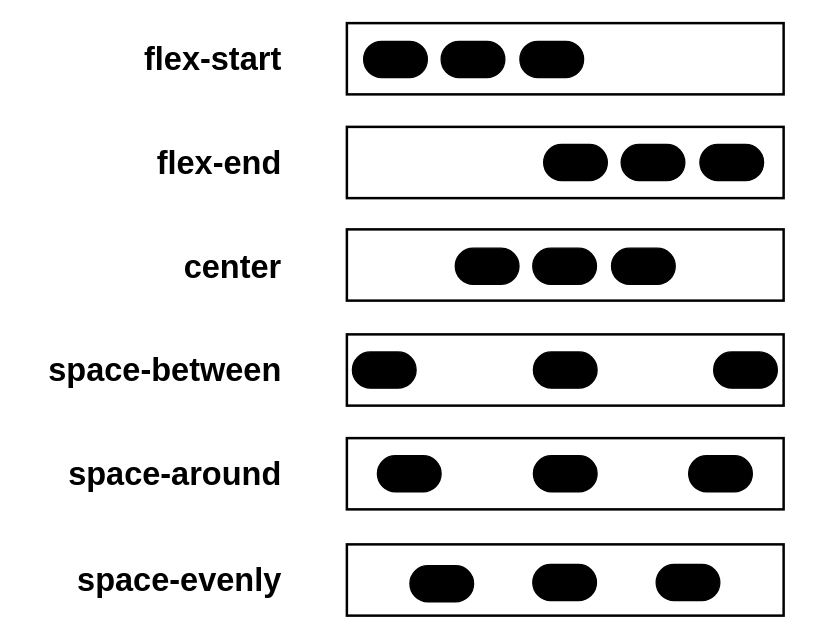
This is img/css_8.drawio from mikaelag559/frontEnd, a draw.io file, before an edit. Source tidied: cells renumbered, new cells numbered last; positions are measured from the earlier drawing's top-left corner, leaving out a move shared by most shapes. Both pictures are drawn from the tidied source at 125%, with x=0, y=0 at pixel (21, 22).
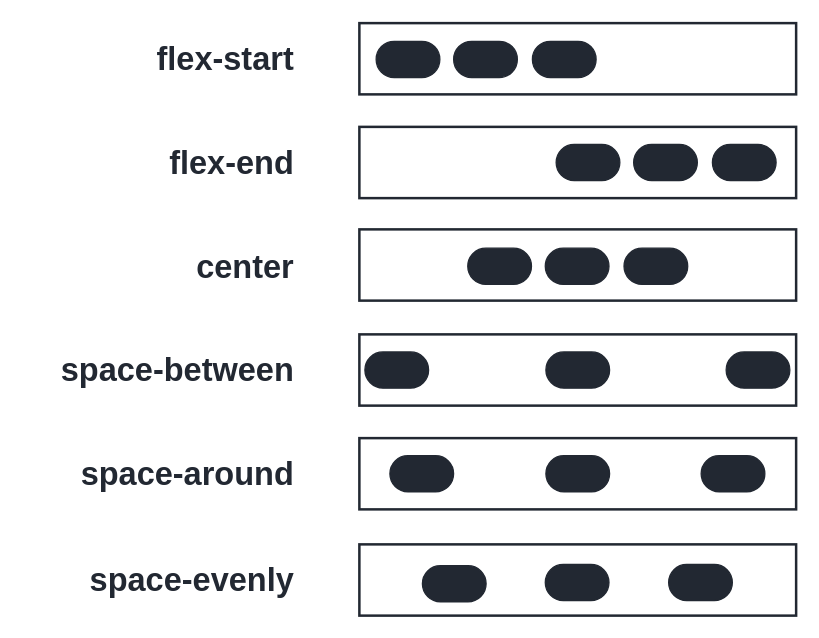
After the change.

What changed in the source:
```diff
@@
-    <mxCell id="2" style="group;" parent="1" vertex="1">
-      <mxGeometry width="609.4" height="474" as="geometry" />
-    </mxCell>
-    <mxCell id="3" value="flex-start" style="text;html=1;align=right;verticalAlign=middle;whiteSpace=wrap;rounded=0;fillColor=none;fontColor=light-dark(#000000,#FFFFFF);strokeColor=none;fontSize=26;fontStyle=1;" parent="2" vertex="1">
-      <mxGeometry x="70" y="13.5" width="140" height="30" as="geometry" />
+    <mxCell id="3" value="flex-start" style="text;html=1;align=right;verticalAlign=middle;whiteSpace=wrap;rounded=0;fillColor=none;fontColor=light-dark(#222832,#FFFFFF);strokeColor=none;fontSize=26;fontStyle=1;" parent="1" vertex="1">
+      <mxGeometry x="80" y="13.5" width="140" height="30" as="geometry" />
     </mxCell>
-    <mxCell id="4" style="rounded=0;whiteSpace=wrap;html=1;fillColor=none;strokeColor=light-dark(#000000,#FFFFFF);strokeWidth=2;" parent="2" vertex="1">
-      <mxGeometry x="260" width="349.4" height="57" as="geometry" />
+    <mxCell id="4" style="rounded=0;whiteSpace=wrap;html=1;fillColor=none;strokeColor=light-dark(#222832,#FFFFFF);strokeWidth=2;fontColor=light-dark(#222832,#FFFFFF);" parent="1" vertex="1">
+      <mxGeometry x="270" width="349.4" height="57" as="geometry" />
     </mxCell>
-    <mxCell id="5" style="rounded=0;whiteSpace=wrap;html=1;fillColor=none;strokeColor=light-dark(#000000,#FFFFFF);strokeWidth=2;" parent="2" vertex="1">
-      <mxGeometry x="260" y="83" width="349.4" height="57" as="geometry" />
+    <mxCell id="5" style="rounded=0;whiteSpace=wrap;html=1;fillColor=none;strokeColor=light-dark(#222832,#FFFFFF);strokeWidth=2;fontColor=light-dark(#222832,#FFFFFF);" parent="1" vertex="1">
+      <mxGeometry x="270" y="83" width="349.4" height="57" as="geometry" />
     </mxCell>
-    <mxCell id="6" style="rounded=0;whiteSpace=wrap;html=1;fillColor=none;strokeColor=light-dark(#000000,#FFFFFF);strokeWidth=2;" parent="2" vertex="1">
-      <mxGeometry x="260" y="165" width="349.4" height="57" as="geometry" />
+    <mxCell id="6" style="rounded=0;whiteSpace=wrap;html=1;fillColor=none;strokeColor=light-dark(#222832,#FFFFFF);strokeWidth=2;fontColor=light-dark(#222832,#FFFFFF);" parent="1" vertex="1">
+      <mxGeometry x="270" y="165" width="349.4" height="57" as="geometry" />
     </mxCell>
-    <mxCell id="7" style="rounded=0;whiteSpace=wrap;html=1;fillColor=none;strokeColor=light-dark(#000000,#FFFFFF);strokeWidth=2;" parent="2" vertex="1">
-      <mxGeometry x="260" y="249" width="349.4" height="57" as="geometry" />
+    <mxCell id="7" style="rounded=0;whiteSpace=wrap;html=1;fillColor=none;strokeColor=light-dark(#222832,#FFFFFF);strokeWidth=2;fontColor=light-dark(#222832,#FFFFFF);" parent="1" vertex="1">
+      <mxGeometry x="270" y="249" width="349.4" height="57" as="geometry" />
     </mxCell>
-    <mxCell id="8" style="rounded=0;whiteSpace=wrap;html=1;fillColor=none;strokeColor=light-dark(#000000,#FFFFFF);strokeWidth=2;" parent="2" vertex="1">
-      <mxGeometry x="260" y="332" width="349.4" height="57" as="geometry" />
+    <mxCell id="8" style="rounded=0;whiteSpace=wrap;html=1;fillColor=none;strokeColor=light-dark(#222832,#FFFFFF);strokeWidth=2;fontColor=light-dark(#222832,#FFFFFF);" parent="1" vertex="1">
+      <mxGeometry x="270" y="332" width="349.4" height="57" as="geometry" />
     </mxCell>
-    <mxCell id="9" style="rounded=0;whiteSpace=wrap;html=1;fillColor=none;strokeColor=light-dark(#000000,#FFFFFF);strokeWidth=2;" parent="2" vertex="1">
-      <mxGeometry x="260" y="417" width="349.4" height="57" as="geometry" />
+    <mxCell id="9" style="rounded=0;whiteSpace=wrap;html=1;fillColor=none;strokeColor=light-dark(#222832,#FFFFFF);strokeWidth=2;fontColor=light-dark(#222832,#FFFFFF);" parent="1" vertex="1">
+      <mxGeometry x="270" y="417" width="349.4" height="57" as="geometry" />
     </mxCell>
-    <mxCell id="10" style="rounded=1;whiteSpace=wrap;html=1;perimeterSpacing=10;arcSize=50;strokeColor=light-dark(#000000,#FFFFFF);fillColor=light-dark(#000000,#FFFFFF);" parent="2" vertex="1">
-      <mxGeometry x="398.4" y="14.5" width="51" height="29" as="geometry" />
+    <mxCell id="10" style="rounded=1;whiteSpace=wrap;html=1;perimeterSpacing=10;arcSize=50;strokeColor=light-dark(#222832,#FFFFFF);fillColor=light-dark(#222832,#FFFFFF);fontColor=light-dark(#222832,#FFFFFF);" parent="1" vertex="1">
+      <mxGeometry x="408.4" y="14.5" width="51" height="29" as="geometry" />
     </mxCell>
-    <mxCell id="11" style="rounded=1;whiteSpace=wrap;html=1;perimeterSpacing=10;arcSize=50;strokeColor=light-dark(#000000,#FFFFFF);fillColor=light-dark(#000000,#FFFFFF);" parent="2" vertex="1">
-      <mxGeometry x="335.4" y="14.5" width="51" height="29" as="geometry" />
+    <mxCell id="11" style="rounded=1;whiteSpace=wrap;html=1;perimeterSpacing=10;arcSize=50;strokeColor=light-dark(#222832,#FFFFFF);fillColor=light-dark(#222832,#FFFFFF);fontColor=light-dark(#222832,#FFFFFF);" parent="1" vertex="1">
+      <mxGeometry x="345.4" y="14.5" width="51" height="29" as="geometry" />
     </mxCell>
-    <mxCell id="12" style="rounded=1;whiteSpace=wrap;html=1;perimeterSpacing=10;arcSize=50;strokeColor=light-dark(#000000,#FFFFFF);fillColor=light-dark(#000000,#FFFFFF);" parent="2" vertex="1">
-      <mxGeometry x="273.4" y="14.5" width="51" height="29" as="geometry" />
+    <mxCell id="12" style="rounded=1;whiteSpace=wrap;html=1;perimeterSpacing=10;arcSize=50;strokeColor=light-dark(#222832,#FFFFFF);fillColor=light-dark(#222832,#FFFFFF);fontColor=light-dark(#222832,#FFFFFF);" parent="1" vertex="1">
+      <mxGeometry x="283.4" y="14.5" width="51" height="29" as="geometry" />
     </mxCell>
-    <mxCell id="13" style="rounded=1;whiteSpace=wrap;html=1;perimeterSpacing=10;arcSize=50;strokeColor=light-dark(#000000,#FFFFFF);fillColor=light-dark(#000000,#FFFFFF);" parent="2" vertex="1">
-      <mxGeometry x="542.4" y="97" width="51" height="29" as="geometry" />
+    <mxCell id="13" style="rounded=1;whiteSpace=wrap;html=1;perimeterSpacing=10;arcSize=50;strokeColor=light-dark(#222832,#FFFFFF);fillColor=light-dark(#222832,#FFFFFF);fontColor=light-dark(#222832,#FFFFFF);" parent="1" vertex="1">
+      <mxGeometry x="552.4" y="97" width="51" height="29" as="geometry" />
     </mxCell>
-    <mxCell id="14" style="rounded=1;whiteSpace=wrap;html=1;perimeterSpacing=10;arcSize=50;strokeColor=light-dark(#000000,#FFFFFF);fillColor=light-dark(#000000,#FFFFFF);" parent="2" vertex="1">
-      <mxGeometry x="479.4" y="97" width="51" height="29" as="geometry" />
+    <mxCell id="14" style="rounded=1;whiteSpace=wrap;html=1;perimeterSpacing=10;arcSize=50;strokeColor=light-dark(#222832,#FFFFFF);fillColor=light-dark(#222832,#FFFFFF);fontColor=light-dark(#222832,#FFFFFF);" parent="1" vertex="1">
+      <mxGeometry x="489.4" y="97" width="51" height="29" as="geometry" />
     </mxCell>
-    <mxCell id="15" style="rounded=1;whiteSpace=wrap;html=1;perimeterSpacing=10;arcSize=50;strokeColor=light-dark(#000000,#FFFFFF);fillColor=light-dark(#000000,#FFFFFF);" parent="2" vertex="1">
-      <mxGeometry x="417.4" y="97" width="51" height="29" as="geometry" />
+    <mxCell id="15" style="rounded=1;whiteSpace=wrap;html=1;perimeterSpacing=10;arcSize=50;strokeColor=light-dark(#222832,#FFFFFF);fillColor=light-dark(#222832,#FFFFFF);fontColor=light-dark(#222832,#FFFFFF);" parent="1" vertex="1">
+      <mxGeometry x="427.4" y="97" width="51" height="29" as="geometry" />
     </mxCell>
-    <mxCell id="16" style="rounded=1;whiteSpace=wrap;html=1;perimeterSpacing=10;arcSize=50;strokeColor=light-dark(#000000,#FFFFFF);fillColor=light-dark(#000000,#FFFFFF);" parent="2" vertex="1">
-      <mxGeometry x="471.7" y="180" width="51" height="29" as="geometry" />
+    <mxCell id="16" style="rounded=1;whiteSpace=wrap;html=1;perimeterSpacing=10;arcSize=50;strokeColor=light-dark(#222832,#FFFFFF);fillColor=light-dark(#222832,#FFFFFF);fontColor=light-dark(#222832,#FFFFFF);" parent="1" vertex="1">
+      <mxGeometry x="481.7" y="180" width="51" height="29" as="geometry" />
     </mxCell>
-    <mxCell id="17" style="rounded=1;whiteSpace=wrap;html=1;perimeterSpacing=10;arcSize=50;strokeColor=light-dark(#000000,#FFFFFF);fillColor=light-dark(#000000,#FFFFFF);" parent="2" vertex="1">
-      <mxGeometry x="408.7" y="180" width="51" height="29" as="geometry" />
+    <mxCell id="17" style="rounded=1;whiteSpace=wrap;html=1;perimeterSpacing=10;arcSize=50;strokeColor=light-dark(#222832,#FFFFFF);fillColor=light-dark(#222832,#FFFFFF);fontColor=light-dark(#222832,#FFFFFF);" parent="1" vertex="1">
+      <mxGeometry x="418.7" y="180" width="51" height="29" as="geometry" />
     </mxCell>
-    <mxCell id="18" style="rounded=1;whiteSpace=wrap;html=1;perimeterSpacing=10;arcSize=50;strokeColor=light-dark(#000000,#FFFFFF);fillColor=light-dark(#000000,#FFFFFF);" parent="2" vertex="1">
-      <mxGeometry x="346.7" y="180" width="51" height="29" as="geometry" />
+    <mxCell id="18" style="rounded=1;whiteSpace=wrap;html=1;perimeterSpacing=10;arcSize=50;strokeColor=light-dark(#222832,#FFFFFF);fillColor=light-dark(#222832,#FFFFFF);fontColor=light-dark(#222832,#FFFFFF);" parent="1" vertex="1">
+      <mxGeometry x="356.7" y="180" width="51" height="29" as="geometry" />
     </mxCell>
-    <mxCell id="19" style="rounded=1;whiteSpace=wrap;html=1;perimeterSpacing=10;arcSize=50;strokeColor=light-dark(#000000,#FFFFFF);fillColor=light-dark(#000000,#FFFFFF);" parent="2" vertex="1">
-      <mxGeometry x="553.4" y="263" width="51" height="29" as="geometry" />
+    <mxCell id="19" style="rounded=1;whiteSpace=wrap;html=1;perimeterSpacing=10;arcSize=50;strokeColor=light-dark(#222832,#FFFFFF);fillColor=light-dark(#222832,#FFFFFF);fontColor=light-dark(#222832,#FFFFFF);" parent="1" vertex="1">
+      <mxGeometry x="563.4" y="263" width="51" height="29" as="geometry" />
     </mxCell>
-    <mxCell id="20" style="rounded=1;whiteSpace=wrap;html=1;perimeterSpacing=10;arcSize=50;strokeColor=light-dark(#000000,#FFFFFF);fillColor=light-dark(#000000,#FFFFFF);" parent="2" vertex="1">
-      <mxGeometry x="409.2" y="263" width="51" height="29" as="geometry" />
+    <mxCell id="20" style="rounded=1;whiteSpace=wrap;html=1;perimeterSpacing=10;arcSize=50;strokeColor=light-dark(#222832,#FFFFFF);fillColor=light-dark(#222832,#FFFFFF);fontColor=light-dark(#222832,#FFFFFF);" parent="1" vertex="1">
+      <mxGeometry x="419.2" y="263" width="51" height="29" as="geometry" />
     </mxCell>
-    <mxCell id="21" style="rounded=1;whiteSpace=wrap;html=1;perimeterSpacing=10;arcSize=50;strokeColor=light-dark(#000000,#FFFFFF);fillColor=light-dark(#000000,#FFFFFF);" parent="2" vertex="1">
-      <mxGeometry x="409.2" y="346" width="51" height="29" as="geometry" />
+    <mxCell id="21" style="rounded=1;whiteSpace=wrap;html=1;perimeterSpacing=10;arcSize=50;strokeColor=light-dark(#222832,#FFFFFF);fillColor=light-dark(#222832,#FFFFFF);fontColor=light-dark(#222832,#FFFFFF);" parent="1" vertex="1">
+      <mxGeometry x="419.2" y="346" width="51" height="29" as="geometry" />
     </mxCell>
-    <mxCell id="22" style="rounded=1;whiteSpace=wrap;html=1;perimeterSpacing=10;arcSize=50;strokeColor=light-dark(#000000,#FFFFFF);fillColor=light-dark(#000000,#FFFFFF);" parent="2" vertex="1">
-      <mxGeometry x="264.4" y="263" width="51" height="29" as="geometry" />
+    <mxCell id="22" style="rounded=1;whiteSpace=wrap;html=1;perimeterSpacing=10;arcSize=50;strokeColor=light-dark(#222832,#FFFFFF);fillColor=light-dark(#222832,#FFFFFF);fontColor=light-dark(#222832,#FFFFFF);" parent="1" vertex="1">
+      <mxGeometry x="274.4" y="263" width="51" height="29" as="geometry" />
     </mxCell>
-    <mxCell id="23" style="rounded=1;whiteSpace=wrap;html=1;perimeterSpacing=10;arcSize=50;strokeColor=light-dark(#000000,#FFFFFF);fillColor=light-dark(#000000,#FFFFFF);" parent="2" vertex="1">
-      <mxGeometry x="284.4" y="346" width="51" height="29" as="geometry" />
+    <mxCell id="23" style="rounded=1;whiteSpace=wrap;html=1;perimeterSpacing=10;arcSize=50;strokeColor=light-dark(#222832,#FFFFFF);fillColor=light-dark(#222832,#FFFFFF);fontColor=light-dark(#222832,#FFFFFF);" parent="1" vertex="1">
+      <mxGeometry x="294.4" y="346" width="51" height="29" as="geometry" />
     </mxCell>
-    <mxCell id="24" style="rounded=1;whiteSpace=wrap;html=1;perimeterSpacing=10;arcSize=50;strokeColor=light-dark(#000000,#FFFFFF);fillColor=light-dark(#000000,#FFFFFF);" parent="2" vertex="1">
-      <mxGeometry x="533.4" y="346" width="51" height="29" as="geometry" />
+    <mxCell id="24" style="rounded=1;whiteSpace=wrap;html=1;perimeterSpacing=10;arcSize=50;strokeColor=light-dark(#222832,#FFFFFF);fillColor=light-dark(#222832,#FFFFFF);fontColor=light-dark(#222832,#FFFFFF);" parent="1" vertex="1">
+      <mxGeometry x="543.4" y="346" width="51" height="29" as="geometry" />
     </mxCell>
-    <mxCell id="25" style="rounded=1;whiteSpace=wrap;html=1;perimeterSpacing=10;arcSize=50;strokeColor=light-dark(#000000,#FFFFFF);fillColor=light-dark(#000000,#FFFFFF);" parent="2" vertex="1">
-      <mxGeometry x="408.7" y="433" width="51" height="29" as="geometry" />
+    <mxCell id="25" style="rounded=1;whiteSpace=wrap;html=1;perimeterSpacing=10;arcSize=50;strokeColor=light-dark(#222832,#FFFFFF);fillColor=light-dark(#222832,#FFFFFF);fontColor=light-dark(#222832,#FFFFFF);" parent="1" vertex="1">
+      <mxGeometry x="418.7" y="433" width="51" height="29" as="geometry" />
     </mxCell>
-    <mxCell id="26" style="rounded=1;whiteSpace=wrap;html=1;perimeterSpacing=10;arcSize=50;strokeColor=light-dark(#000000,#FFFFFF);fillColor=light-dark(#000000,#FFFFFF);" parent="2" vertex="1">
-      <mxGeometry x="310.4" y="434" width="51" height="29" as="geometry" />
+    <mxCell id="26" style="rounded=1;whiteSpace=wrap;html=1;perimeterSpacing=10;arcSize=50;strokeColor=light-dark(#222832,#FFFFFF);fillColor=light-dark(#222832,#FFFFFF);fontColor=light-dark(#222832,#FFFFFF);" parent="1" vertex="1">
+      <mxGeometry x="320.4" y="434" width="51" height="29" as="geometry" />
     </mxCell>
-    <mxCell id="27" style="rounded=1;whiteSpace=wrap;html=1;perimeterSpacing=10;arcSize=50;strokeColor=light-dark(#000000,#FFFFFF);fillColor=light-dark(#000000,#FFFFFF);" parent="2" vertex="1">
-      <mxGeometry x="507.4" y="433" width="51" height="29" as="geometry" />
+    <mxCell id="27" style="rounded=1;whiteSpace=wrap;html=1;perimeterSpacing=10;arcSize=50;strokeColor=light-dark(#222832,#FFFFFF);fillColor=light-dark(#222832,#FFFFFF);fontColor=light-dark(#222832,#FFFFFF);" parent="1" vertex="1">
+      <mxGeometry x="517.4" y="433" width="51" height="29" as="geometry" />
     </mxCell>
-    <mxCell id="28" value="flex-end" style="text;html=1;align=right;verticalAlign=middle;whiteSpace=wrap;rounded=0;fillColor=none;fontColor=light-dark(#000000,#FFFFFF);strokeColor=none;fontSize=26;fontStyle=1;" parent="2" vertex="1">
-      <mxGeometry x="70" y="96.5" width="140" height="30" as="geometry" />
+    <mxCell id="28" value="flex-end" style="text;html=1;align=right;verticalAlign=middle;whiteSpace=wrap;rounded=0;fillColor=none;fontColor=light-dark(#222832,#FFFFFF);strokeColor=none;fontSize=26;fontStyle=1;" parent="1" vertex="1">
+      <mxGeometry x="80" y="96.5" width="140" height="30" as="geometry" />
     </mxCell>
-    <mxCell id="29" value="center" style="text;html=1;align=right;verticalAlign=middle;whiteSpace=wrap;rounded=0;fillColor=none;fontColor=light-dark(#000000,#FFFFFF);strokeColor=none;fontSize=26;fontStyle=1;" parent="2" vertex="1">
-      <mxGeometry x="70" y="179.5" width="140" height="30" as="geometry" />
+    <mxCell id="29" value="center" style="text;html=1;align=right;verticalAlign=middle;whiteSpace=wrap;rounded=0;fillColor=none;fontColor=light-dark(#222832,#FFFFFF);strokeColor=none;fontSize=26;fontStyle=1;" parent="1" vertex="1">
+      <mxGeometry x="80" y="179.5" width="140" height="30" as="geometry" />
     </mxCell>
-    <mxCell id="30" value="space-between" style="text;html=1;align=right;verticalAlign=middle;whiteSpace=wrap;rounded=0;fillColor=none;fontColor=light-dark(#000000,#FFFFFF);strokeColor=none;fontSize=26;fontStyle=1;" parent="2" vertex="1">
-      <mxGeometry x="20" y="262.5" width="190" height="30" as="geometry" />
+    <mxCell id="30" value="space-between" style="text;html=1;align=right;verticalAlign=middle;whiteSpace=wrap;rounded=0;fillColor=none;fontColor=light-dark(#222832,#FFFFFF);strokeColor=none;fontSize=26;fontStyle=1;" parent="1" vertex="1">
+      <mxGeometry x="30" y="262.5" width="190" height="30" as="geometry" />
     </mxCell>
-    <mxCell id="31" value="space-around" style="text;html=1;align=right;verticalAlign=middle;whiteSpace=wrap;rounded=0;fillColor=none;fontColor=light-dark(#000000,#FFFFFF);strokeColor=none;fontSize=26;fontStyle=1;" parent="2" vertex="1">
-      <mxGeometry y="345.5" width="210" height="30" as="geometry" />
+    <mxCell id="31" value="space-around" style="text;html=1;align=right;verticalAlign=middle;whiteSpace=wrap;rounded=0;fillColor=none;fontColor=light-dark(#222832,#FFFFFF);strokeColor=none;fontSize=26;fontStyle=1;" parent="1" vertex="1">
+      <mxGeometry x="10" y="345.5" width="210" height="30" as="geometry" />
     </mxCell>
-    <mxCell id="32" value="space-evenly" style="text;html=1;align=right;verticalAlign=middle;whiteSpace=wrap;rounded=0;fillColor=none;fontColor=light-dark(#000000,#FFFFFF);strokeColor=none;fontSize=26;fontStyle=1;" parent="2" vertex="1">
-      <mxGeometry y="430.5" width="210" height="30" as="geometry" />
+    <mxCell id="32" value="space-evenly" style="text;html=1;align=right;verticalAlign=middle;whiteSpace=wrap;rounded=0;fillColor=none;fontColor=light-dark(#222832,#FFFFFF);strokeColor=none;fontSize=26;fontStyle=1;" parent="1" vertex="1">
+      <mxGeometry x="10" y="430.5" width="210" height="30" as="geometry" />
     </mxCell>
```
